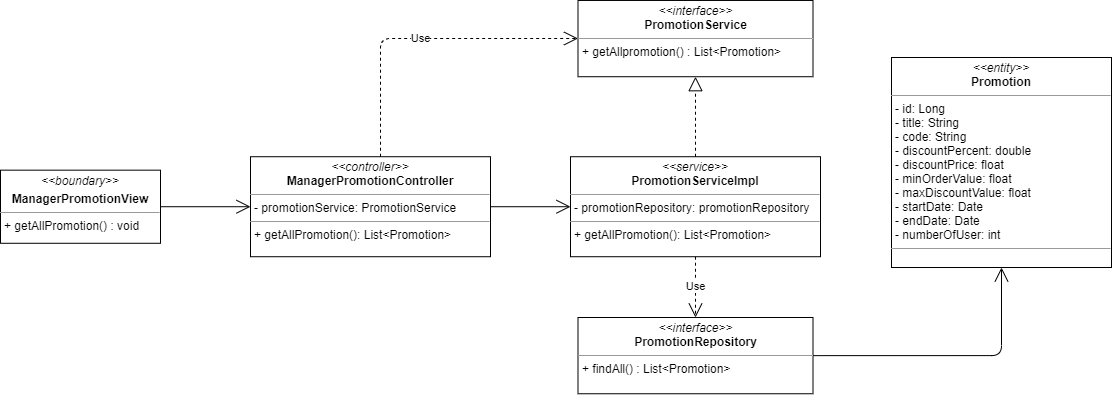
nguyenphamvan/datn_20202 keeps this draw.io diagram as image-class/manager-promotion-class-diagram.png. Above is the earlier version. Source tidied: cells renumbered, new cells last; positions are measured from the earlier drawing's top-left corner, leaving out a move shared by most shapes.
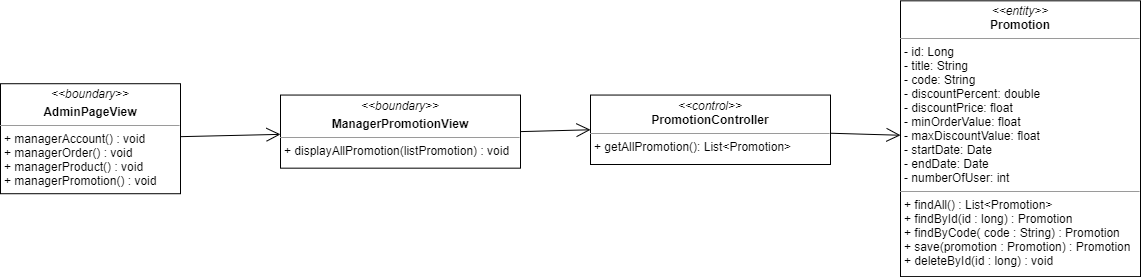
Later version of the same file.

Diff of the diagram source:
```diff
@@ -2,45 +2,26 @@
   <root>
     <mxCell id="0" />
     <mxCell id="1" parent="0" />
-    <mxCell id="2" value="&lt;p style=&quot;margin: 0px ; margin-top: 4px ; text-align: center&quot;&gt;&lt;i&gt;&amp;lt;&amp;lt;boundary&amp;gt;&amp;gt;&lt;/i&gt;&lt;/p&gt;&lt;p style=&quot;margin: 0px ; margin-top: 4px ; text-align: center&quot;&gt;&lt;b&gt;ManagerPromotionView&lt;/b&gt;&lt;/p&gt;&lt;hr size=&quot;1&quot;&gt;&lt;p style=&quot;margin: 0px ; margin-left: 4px&quot;&gt;&lt;span&gt;+ getAllPromotion() : void&lt;/span&gt;&lt;br&gt;&lt;/p&gt;" style="verticalAlign=top;align=left;overflow=fill;fontSize=12;fontFamily=Helvetica;html=1;" parent="1" vertex="1">
-      <mxGeometry y="169.7" width="160" height="73.1" as="geometry" />
+    <mxCell id="2" value="&lt;p style=&quot;margin: 0px ; margin-top: 4px ; text-align: center&quot;&gt;&lt;i&gt;&amp;lt;&amp;lt;boundary&amp;gt;&amp;gt;&lt;/i&gt;&lt;/p&gt;&lt;p style=&quot;margin: 0px ; margin-top: 4px ; text-align: center&quot;&gt;&lt;b&gt;ManagerPromotionView&lt;/b&gt;&lt;/p&gt;&lt;hr size=&quot;1&quot;&gt;&lt;p style=&quot;margin: 0px ; margin-left: 4px&quot;&gt;&lt;span&gt;+ displayAllPromotion(listPromotion) : void&lt;/span&gt;&lt;br&gt;&lt;/p&gt;" style="verticalAlign=top;align=left;overflow=fill;fontSize=12;fontFamily=Helvetica;html=1;" parent="1" vertex="1">
+      <mxGeometry x="40" y="167.6" width="240" height="73.1" as="geometry" />
     </mxCell>
     <mxCell id="3" style="endArrow=open;endFill=1;endSize=12;html=1;entryX=0;entryY=0.5;entryDx=0;entryDy=0;exitX=1;exitY=0.5;exitDx=0;exitDy=0;" parent="1" edge="1" source="2" target="7">
       <mxGeometry relative="1" as="geometry" />
     </mxCell>
-    <mxCell id="4" style="endArrow=open;endFill=1;endSize=12;html=1;exitX=1;exitY=0.5;exitDx=0;exitDy=0;edgeStyle=orthogonalEdgeStyle;" parent="1" edge="1" source="5" target="13">
-      <mxGeometry relative="1" as="geometry" />
-    </mxCell>
-    <mxCell id="5" value="&lt;p style=&quot;margin: 0px ; margin-top: 4px ; text-align: center&quot;&gt;&lt;i&gt;&amp;lt;&amp;lt;interface&amp;gt;&amp;gt;&lt;/i&gt;&lt;br&gt;&lt;b&gt;PromotionRepository&lt;/b&gt;&lt;/p&gt;&lt;hr size=&quot;1&quot;&gt;&lt;p style=&quot;margin: 0px ; margin-left: 4px&quot;&gt;+ findAll() : List&amp;lt;Promotion&amp;gt;&lt;/p&gt;" style="verticalAlign=top;align=left;overflow=fill;fontSize=12;fontFamily=Helvetica;html=1;" parent="1" vertex="1">
-      <mxGeometry x="577.5" y="317" width="235" height="76.2" as="geometry" />
-    </mxCell>
-    <mxCell id="6" value="&lt;p style=&quot;margin: 0px ; margin-top: 4px ; text-align: center&quot;&gt;&lt;i&gt;&amp;lt;&amp;lt;interface&amp;gt;&amp;gt;&lt;/i&gt;&lt;br&gt;&lt;b&gt;PromotionService&lt;/b&gt;&lt;/p&gt;&lt;hr size=&quot;1&quot;&gt;&lt;p style=&quot;margin: 0px ; margin-left: 4px&quot;&gt;+ getAllpromotion() : List&amp;lt;Promotion&amp;gt;&lt;/p&gt;" style="verticalAlign=top;align=left;overflow=fill;fontSize=12;fontFamily=Helvetica;html=1;" parent="1" vertex="1">
-      <mxGeometry x="577.5" width="235" height="76.2" as="geometry" />
-    </mxCell>
-    <mxCell id="7" value="&lt;p style=&quot;margin: 0px ; margin-top: 4px ; text-align: center&quot;&gt;&lt;i&gt;&amp;lt;&amp;lt;controller&amp;gt;&amp;gt;&lt;/i&gt;&lt;br&gt;&lt;b&gt;ManagerPromotionController&lt;/b&gt;&lt;br&gt;&lt;/p&gt;&lt;hr size=&quot;1&quot;&gt;&lt;p style=&quot;margin: 0px ; margin-left: 4px&quot;&gt;- promotionService: PromotionService&lt;br&gt;&lt;/p&gt;&lt;hr size=&quot;1&quot;&gt;&lt;p style=&quot;margin: 0px ; margin-left: 4px&quot;&gt;+ getAllPromotion(): List&amp;lt;Promotion&amp;gt;&lt;br&gt;&lt;/p&gt;" style="verticalAlign=top;align=left;overflow=fill;fontSize=12;fontFamily=Helvetica;html=1;" parent="1" vertex="1">
-      <mxGeometry x="250" y="156.2" width="240" height="100" as="geometry" />
+    <mxCell id="7" value="&lt;p style=&quot;margin: 0px ; margin-top: 4px ; text-align: center&quot;&gt;&lt;i&gt;&amp;lt;&amp;lt;control&amp;gt;&amp;gt;&lt;/i&gt;&lt;br&gt;&lt;b&gt;PromotionController&lt;/b&gt;&lt;/p&gt;&lt;hr size=&quot;1&quot;&gt;&lt;p style=&quot;margin: 0px ; margin-left: 4px&quot;&gt;+ getAllPromotion(): List&amp;lt;Promotion&amp;gt;&lt;br&gt;&lt;/p&gt;" style="verticalAlign=top;align=left;overflow=fill;fontSize=12;fontFamily=Helvetica;html=1;" parent="1" vertex="1">
+      <mxGeometry x="350" y="167.6" width="240" height="69.5" as="geometry" />
     </mxCell>
-    <mxCell id="8" value="&lt;p style=&quot;margin: 0px ; margin-top: 4px ; text-align: center&quot;&gt;&lt;i&gt;&amp;lt;&amp;lt;service&amp;gt;&amp;gt;&lt;/i&gt;&lt;br&gt;&lt;b&gt;PromotionServiceImpl&lt;/b&gt;&lt;/p&gt;&lt;hr size=&quot;1&quot;&gt;&lt;p style=&quot;margin: 0px ; margin-left: 4px&quot;&gt;- promotionRepository: promotionRepository&lt;br&gt;&lt;/p&gt;&lt;hr size=&quot;1&quot;&gt;&lt;p style=&quot;margin: 0px ; margin-left: 4px&quot;&gt;+ getAllPromotion(): List&amp;lt;Promotion&amp;gt;&lt;br&gt;&lt;/p&gt;" style="verticalAlign=top;align=left;overflow=fill;fontSize=12;fontFamily=Helvetica;html=1;" parent="1" vertex="1">
-      <mxGeometry x="570" y="156.2" width="250" height="100" as="geometry" />
-    </mxCell>
-    <mxCell id="9" value="Use" style="endArrow=open;endSize=12;dashed=1;html=1;edgeStyle=orthogonalEdgeStyle;" parent="1" edge="1" source="7" target="6">
-      <mxGeometry relative="1" as="geometry">
-        <Array as="points">
-          <mxPoint x="380" y="38" />
-        </Array>
-      </mxGeometry>
-    </mxCell>
-    <mxCell id="10" style="endArrow=block;dashed=1;endFill=0;endSize=12;html=1;" parent="1" edge="1" source="8" target="6">
-      <mxGeometry relative="1" as="geometry" />
-    </mxCell>
-    <mxCell id="11" value="Use" style="endArrow=open;endSize=12;dashed=1;html=1;" parent="1" edge="1" source="8" target="5">
-      <mxGeometry relative="1" as="geometry" />
-    </mxCell>
-    <mxCell id="12" style="endArrow=open;endFill=1;endSize=12;html=1;" parent="1" edge="1" source="7" target="8">
+    <mxCell id="12" style="endArrow=open;endFill=1;endSize=12;html=1;" parent="1" edge="1" source="7" target="13">
       <mxGeometry relative="1" as="geometry" />
     </mxCell>
-    <mxCell id="13" value="&lt;p style=&quot;margin: 0px ; margin-top: 4px ; text-align: center&quot;&gt;&lt;i&gt;&amp;lt;&amp;lt;entity&amp;gt;&amp;gt;&lt;/i&gt;&lt;br&gt;&lt;b&gt;Promotion&lt;/b&gt;&lt;/p&gt;&lt;hr size=&quot;1&quot;&gt;&lt;p style=&quot;margin: 0px ; margin-left: 4px&quot;&gt;- id: Long&lt;/p&gt;&lt;p style=&quot;margin: 0px 0px 0px 4px&quot;&gt;- title: String&lt;br&gt;- code: String&lt;/p&gt;&lt;p style=&quot;margin: 0px 0px 0px 4px&quot;&gt;- discountPercent: double&lt;/p&gt;&lt;p style=&quot;margin: 0px 0px 0px 4px&quot;&gt;- discountPrice: float&lt;/p&gt;&lt;p style=&quot;margin: 0px 0px 0px 4px&quot;&gt;- minOrderValue: float&lt;/p&gt;&lt;p style=&quot;margin: 0px 0px 0px 4px&quot;&gt;- maxDiscountValue: float&lt;/p&gt;&lt;p style=&quot;margin: 0px 0px 0px 4px&quot;&gt;- startDate: Date&lt;/p&gt;&lt;p style=&quot;margin: 0px 0px 0px 4px&quot;&gt;- endDate: Date&lt;/p&gt;&lt;p style=&quot;margin: 0px 0px 0px 4px&quot;&gt;- numberOfUser: int&lt;span&gt;&amp;nbsp;&lt;/span&gt;&lt;/p&gt;&lt;hr size=&quot;1&quot;&gt;&lt;p style=&quot;margin: 0px ; margin-left: 4px&quot;&gt;&lt;br&gt;&lt;/p&gt;" style="verticalAlign=top;align=left;overflow=fill;fontSize=12;fontFamily=Helvetica;html=1;" parent="1" vertex="1">
-      <mxGeometry x="891" y="57" width="220" height="210" as="geometry" />
+    <mxCell id="13" value="&lt;p style=&quot;margin: 0px ; margin-top: 4px ; text-align: center&quot;&gt;&lt;i&gt;&amp;lt;&amp;lt;entity&amp;gt;&amp;gt;&lt;/i&gt;&lt;br&gt;&lt;b&gt;Promotion&lt;/b&gt;&lt;/p&gt;&lt;hr size=&quot;1&quot;&gt;&lt;p style=&quot;margin: 0px ; margin-left: 4px&quot;&gt;- id: Long&lt;/p&gt;&lt;p style=&quot;margin: 0px 0px 0px 4px&quot;&gt;- title: String&lt;br&gt;- code: String&lt;/p&gt;&lt;p style=&quot;margin: 0px 0px 0px 4px&quot;&gt;- discountPercent: double&lt;/p&gt;&lt;p style=&quot;margin: 0px 0px 0px 4px&quot;&gt;- discountPrice: float&lt;/p&gt;&lt;p style=&quot;margin: 0px 0px 0px 4px&quot;&gt;- minOrderValue: float&lt;/p&gt;&lt;p style=&quot;margin: 0px 0px 0px 4px&quot;&gt;- maxDiscountValue: float&lt;/p&gt;&lt;p style=&quot;margin: 0px 0px 0px 4px&quot;&gt;- startDate: Date&lt;/p&gt;&lt;p style=&quot;margin: 0px 0px 0px 4px&quot;&gt;- endDate: Date&lt;/p&gt;&lt;p style=&quot;margin: 0px 0px 0px 4px&quot;&gt;- numberOfUser: int&lt;span&gt;&amp;nbsp;&lt;/span&gt;&lt;/p&gt;&lt;hr size=&quot;1&quot;&gt;&lt;p style=&quot;margin: 0px ; margin-left: 4px&quot;&gt;+ findAll() : List&amp;lt;Promotion&amp;gt;&lt;/p&gt;&lt;p style=&quot;margin: 0px ; margin-left: 4px&quot;&gt;+ findById(id : long) : Promotion&lt;/p&gt;&lt;p style=&quot;margin: 0px ; margin-left: 4px&quot;&gt;+ findByCode( code : String) : Promotion&lt;/p&gt;&lt;p style=&quot;margin: 0px ; margin-left: 4px&quot;&gt;+ save(promotion : Promotion) : Promotion&lt;/p&gt;&lt;p style=&quot;margin: 0px ; margin-left: 4px&quot;&gt;+ deleteById(id : long) : void&lt;/p&gt;" style="verticalAlign=top;align=left;overflow=fill;fontSize=12;fontFamily=Helvetica;html=1;" parent="1" vertex="1">
+      <mxGeometry x="660" y="73.3" width="240" height="275.8" as="geometry" />
     </mxCell>
+    <mxCell id="14" value="&lt;p style=&quot;margin: 0px ; margin-top: 4px ; text-align: center&quot;&gt;&lt;i&gt;&amp;lt;&amp;lt;boundary&amp;gt;&amp;gt;&lt;/i&gt;&lt;/p&gt;&lt;p style=&quot;margin: 0px ; margin-top: 4px ; text-align: center&quot;&gt;&lt;b&gt;AdminPageView&lt;/b&gt;&lt;/p&gt;&lt;hr size=&quot;1&quot;&gt;&lt;p style=&quot;margin: 0px ; margin-left: 4px&quot;&gt;&lt;span&gt;+ managerAccount() : void&lt;/span&gt;&lt;br&gt;&lt;/p&gt;&lt;p style=&quot;margin: 0px ; margin-left: 4px&quot;&gt;&lt;span&gt;+ managerOrder() : void&lt;/span&gt;&lt;/p&gt;&lt;p style=&quot;margin: 0px ; margin-left: 4px&quot;&gt;&lt;span&gt;+ managerProduct() : void&lt;/span&gt;&lt;/p&gt;&lt;p style=&quot;margin: 0px ; margin-left: 4px&quot;&gt;&lt;span&gt;+ managerPromotion() : void&lt;/span&gt;&lt;/p&gt;" style="verticalAlign=top;align=left;overflow=fill;fontSize=12;fontFamily=Helvetica;html=1;" parent="1" vertex="1">
+      <mxGeometry x="-240" y="156.2" width="180" height="110" as="geometry" />
+    </mxCell>
+    <mxCell id="15" style="endArrow=open;endFill=1;endSize=12;html=1;" parent="1" edge="1" source="14" target="2">
+      <mxGeometry relative="1" as="geometry" />
+    </mxCell>
   </root>
 </mxGraphModel>
```
